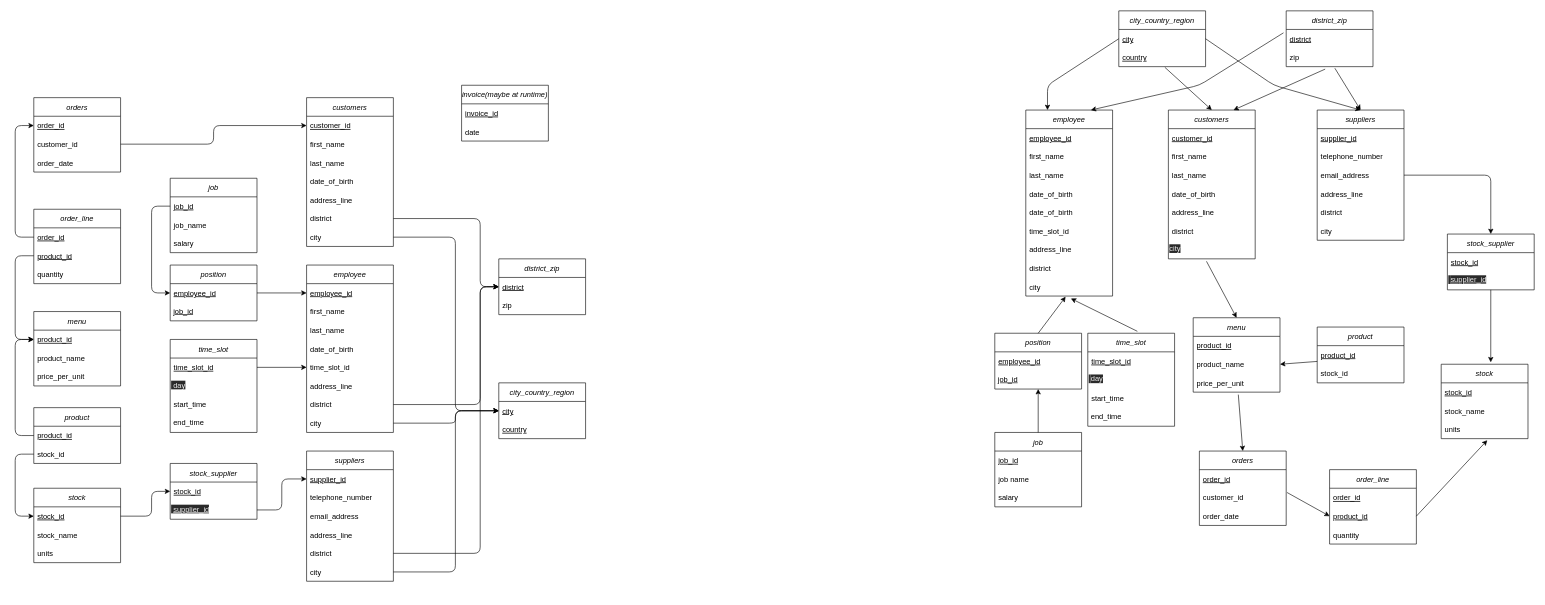
BlackTea13/Fredie-And-Friends-Coffee keeps this draw.io diagram as page "Page-1" (1 of 2) of schema.drawio. Above is the earlier version. Source tidied: cells renumbered, new cells numbered last; positions are measured from the earlier drawing's top-left corner, leaving out a move shared by most shapes. Both pictures are drawn from the tidied source at 62%, with x=0, y=0 at pixel (15, 11).
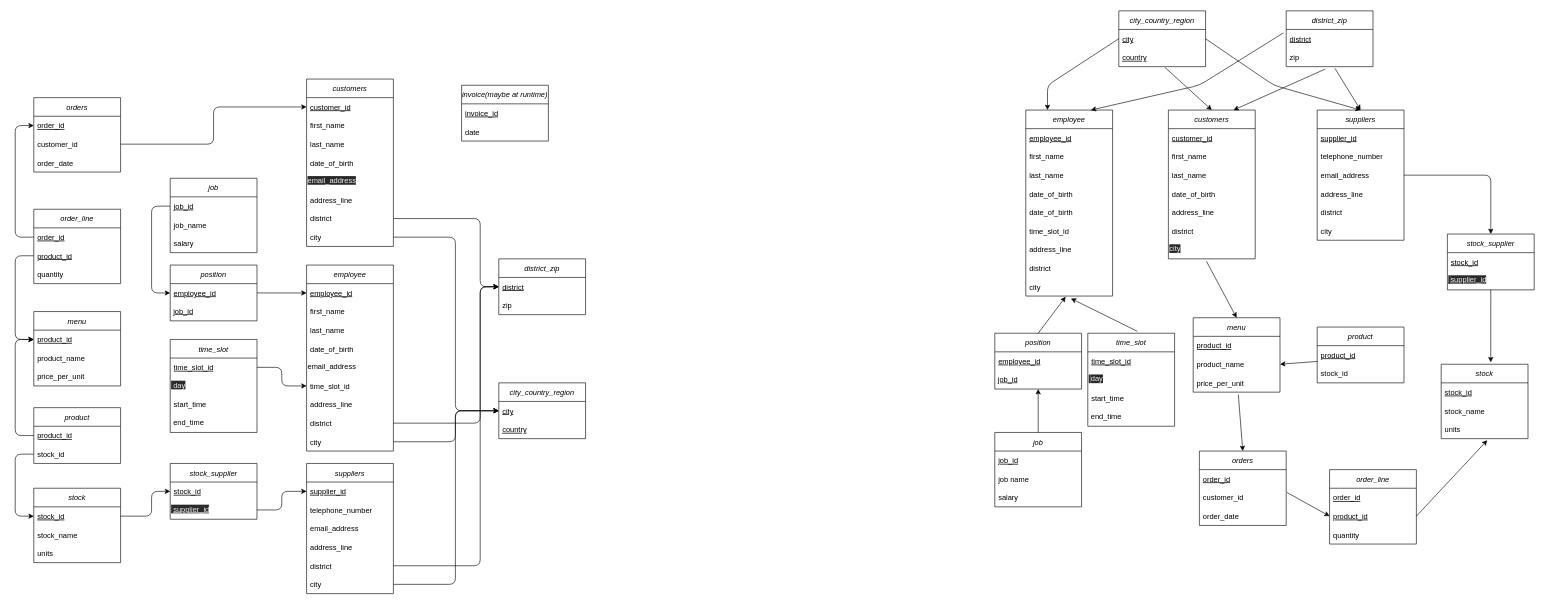
Above is the later version.

Commit message:
added email address attribute to customer and employee

The change refers to these unchanged cells:
```xml
<mxCell id="4" value="&lt;span style=&quot;color: rgb(240 , 240 , 240) ; font-family: &amp;#34;helvetica&amp;#34; ; font-size: 12px ; font-style: normal ; font-weight: 400 ; letter-spacing: normal ; text-align: left ; text-indent: 0px ; text-transform: none ; word-spacing: 0px ; background-color: rgb(42 , 42 , 42) ; display: inline ; float: none&quot;&gt;&amp;nbsp;&lt;/span&gt;&lt;span style=&quot;color: rgb(240 , 240 , 240) ; font-family: &amp;#34;helvetica&amp;#34; ; font-size: 12px ; font-style: normal ; font-weight: 400 ; letter-spacing: normal ; text-align: left ; text-indent: 0px ; text-transform: none ; word-spacing: 0px ; background-color: rgb(42 , 42 , 42) ; text-decoration: underline ; display: inline ; float: none&quot;&gt;supplier_id&lt;/span&gt;" style="text;whiteSpace=wrap;html=1;" parent="2" vertex="1">
  <mxGeometry y="60" width="140" height="30" as="geometry" />
</mxCell>
<mxCell id="6" value="customer_id" style="text;strokeColor=none;fillColor=none;align=left;verticalAlign=middle;spacingLeft=4;spacingRight=4;overflow=hidden;points=[[0,0.5],[1,0.5]];portConstraint=eastwest;fontStyle=4;" parent="5" vertex="1">
  <mxGeometry y="30" width="140" height="30" as="geometry" />
</mxCell>
<mxCell id="14" value="supplier_id" style="text;strokeColor=none;fillColor=none;align=left;verticalAlign=middle;spacingLeft=4;spacingRight=4;overflow=hidden;points=[[0,0.5],[1,0.5]];portConstraint=eastwest;fontStyle=4;" parent="13" vertex="1">
  <mxGeometry y="30" width="140" height="30" as="geometry" />
</mxCell>
<mxCell id="18" value="district" style="text;strokeColor=none;fillColor=none;align=left;verticalAlign=middle;spacingLeft=4;spacingRight=4;overflow=hidden;points=[[0,0.5],[1,0.5]];portConstraint=eastwest;" parent="13" vertex="1">
  <mxGeometry y="150" width="140" height="30" as="geometry" />
</mxCell>
<mxCell id="19" value="city" style="text;strokeColor=none;fillColor=none;align=left;verticalAlign=middle;spacingLeft=4;spacingRight=4;overflow=hidden;points=[[0,0.5],[1,0.5]];portConstraint=eastwest;" parent="13" vertex="1">
  <mxGeometry y="180" width="140" height="30" as="geometry" />
</mxCell>
<mxCell id="21" value="district" style="text;strokeColor=none;fillColor=none;align=left;verticalAlign=middle;spacingLeft=4;spacingRight=4;overflow=hidden;points=[[0,0.5],[1,0.5]];portConstraint=eastwest;fontStyle=4;" parent="20" vertex="1">
  <mxGeometry y="30" width="140" height="30" as="geometry" />
</mxCell>
<mxCell id="25" value="customer_id" style="text;strokeColor=none;fillColor=none;align=left;verticalAlign=middle;spacingLeft=4;spacingRight=4;overflow=hidden;points=[[0,0.5],[1,0.5]];portConstraint=eastwest;" parent="23" vertex="1">
  <mxGeometry y="60" width="140" height="30" as="geometry" />
</mxCell>
<mxCell id="32" value="time_slot_id" style="text;strokeColor=none;fillColor=none;align=left;verticalAlign=middle;spacingLeft=4;spacingRight=4;overflow=hidden;points=[[0,0.5],[1,0.5]];portConstraint=eastwest;fontStyle=4;" parent="31" vertex="1">
  <mxGeometry y="30" width="140" height="30" as="geometry" />
</mxCell>
<mxCell id="37" value="city" style="text;strokeColor=none;fillColor=none;align=left;verticalAlign=middle;spacingLeft=4;spacingRight=4;overflow=hidden;points=[[0,0.5],[1,0.5]];portConstraint=eastwest;fontStyle=4;" parent="36" vertex="1">
  <mxGeometry y="30" width="140" height="30" as="geometry" />
</mxCell>
```

What changed in the source:
```diff
@@
     <mxCell id="5" value="customers" style="swimlane;fontStyle=2;horizontal=1;startSize=30;" parent="1" vertex="1">
-      <mxGeometry x="470" y="140" width="140" height="240" as="geometry" />
+      <mxGeometry x="470" y="110" width="140" height="270" as="geometry" />
     </mxCell>
@@
+    <mxCell id="166" value="&lt;span style=&quot;color: rgb(240 , 240 , 240) ; font-family: &amp;#34;helvetica&amp;#34; ; font-size: 12px ; font-style: normal ; font-weight: 400 ; letter-spacing: normal ; text-align: left ; text-indent: 0px ; text-transform: none ; word-spacing: 0px ; background-color: rgb(42 , 42 , 42) ; display: inline ; float: none&quot;&gt;email_address&lt;/span&gt;" style="text;whiteSpace=wrap;html=1;" parent="5" vertex="1">
+      <mxGeometry y="150" width="140" height="30" as="geometry" />
+    </mxCell>
     <mxCell id="10" value="address_line" style="text;strokeColor=none;fillColor=none;align=left;verticalAlign=middle;spacingLeft=4;spacingRight=4;overflow=hidden;" parent="5" vertex="1">
-      <mxGeometry y="150" width="140" height="30" as="geometry" />
+      <mxGeometry y="180" width="140" height="30" as="geometry" />
     </mxCell>
     <mxCell id="11" value="district" style="text;strokeColor=none;fillColor=none;align=left;verticalAlign=middle;spacingLeft=4;spacingRight=4;overflow=hidden;" parent="5" vertex="1">
-      <mxGeometry y="180" width="140" height="30" as="geometry" />
+      <mxGeometry y="210" width="140" height="30" as="geometry" />
     </mxCell>
     <mxCell id="12" value="city" style="text;strokeColor=none;fillColor=none;align=left;verticalAlign=middle;spacingLeft=4;spacingRight=4;overflow=hidden;points=[[0,0.5],[1,0.5]];portConstraint=eastwest;" parent="5" vertex="1">
-      <mxGeometry y="210" width="140" height="30" as="geometry" />
+      <mxGeometry y="240" width="140" height="30" as="geometry" />
     </mxCell>
     <mxCell id="13" value="suppliers" style="swimlane;fontStyle=2;horizontal=1;startSize=30;" parent="1" vertex="1">
-      <mxGeometry x="470" y="710" width="140" height="210" as="geometry" />
+      <mxGeometry x="470" y="730" width="140" height="210" as="geometry" />
     </mxCell>
@@
     <mxCell id="46" value="employee" style="swimlane;fontStyle=2;horizontal=1;startSize=30;" parent="1" vertex="1">
-      <mxGeometry x="470" y="410" width="140" height="270" as="geometry" />
+      <mxGeometry x="470" y="410" width="140" height="300" as="geometry" />
     </mxCell>
@@
+    <mxCell id="167" value="&lt;font face=&quot;helvetica&quot;&gt;email_address&lt;br&gt;&lt;br&gt;&lt;/font&gt;" style="text;whiteSpace=wrap;html=1;" parent="46" vertex="1">
+      <mxGeometry y="150" width="140" height="30" as="geometry" />
+    </mxCell>
     <mxCell id="51" value="time_slot_id" style="text;strokeColor=none;fillColor=none;align=left;verticalAlign=middle;spacingLeft=4;spacingRight=4;overflow=hidden;points=[[0,0.5],[1,0.5]];portConstraint=eastwest;" parent="46" vertex="1">
-      <mxGeometry y="150" width="140" height="30" as="geometry" />
+      <mxGeometry y="180" width="140" height="30" as="geometry" />
     </mxCell>
     <mxCell id="52" value="address_line" style="text;strokeColor=none;fillColor=none;align=left;verticalAlign=middle;spacingLeft=4;spacingRight=4;overflow=hidden;" parent="46" vertex="1">
-      <mxGeometry y="180" width="140" height="30" as="geometry" />
+      <mxGeometry y="210" width="140" height="30" as="geometry" />
     </mxCell>
     <mxCell id="53" value="district" style="text;strokeColor=none;fillColor=none;align=left;verticalAlign=middle;spacingLeft=4;spacingRight=4;overflow=hidden;points=[[0,0.5],[1,0.5]];portConstraint=eastwest;" parent="46" vertex="1">
-      <mxGeometry y="210" width="140" height="30" as="geometry" />
+      <mxGeometry y="240" width="140" height="30" as="geometry" />
     </mxCell>
     <mxCell id="54" value="city" style="text;strokeColor=none;fillColor=none;align=left;verticalAlign=middle;spacingLeft=4;spacingRight=4;overflow=hidden;points=[[0,0.5],[1,0.5]];portConstraint=eastwest;" parent="46" vertex="1">
-      <mxGeometry y="240" width="140" height="30" as="geometry" />
+      <mxGeometry y="270" width="140" height="30" as="geometry" />
     </mxCell>
@@
     <mxCell id="136" style="endArrow=classic;html=1;exitX=1;exitY=0.5;exitDx=0;exitDy=0;entryX=0;entryY=0.5;entryDx=0;entryDy=0;" parent="1" edge="1" source="32" target="51">
-      <mxGeometry relative="1" as="geometry" />
+      <mxGeometry relative="1" as="geometry">
+        <Array as="points">
+          <mxPoint x="430" y="575" />
+          <mxPoint x="430" y="605" />
+        </Array>
+      </mxGeometry>
     </mxCell>
@@
     <mxCell id="138" style="endArrow=none;html=1;exitX=0;exitY=0.5;exitDx=0;exitDy=0;entryX=1;entryY=0.5;entryDx=0;entryDy=0;startArrow=classic;startFill=1;endFill=0;" parent="1" edge="1" source="21" target="53">
       <mxGeometry relative="1" as="geometry">
         <Array as="points">
           <mxPoint x="750" y="445" />
-          <mxPoint x="750" y="635" />
+          <mxPoint x="750" y="665" />
         </Array>
       </mxGeometry>
     </mxCell>
     <mxCell id="139" style="endArrow=none;html=1;exitX=0;exitY=0.5;exitDx=0;exitDy=0;entryX=1;entryY=0.5;entryDx=0;entryDy=0;endFill=0;startArrow=classic;startFill=1;" parent="1" edge="1" source="21" target="18">
       <mxGeometry relative="1" as="geometry">
         <Array as="points">
           <mxPoint x="750" y="445" />
-          <mxPoint x="750" y="875" />
+          <mxPoint x="750" y="895" />
         </Array>
       </mxGeometry>
     </mxCell>
     <mxCell id="140" style="endArrow=none;html=1;exitX=0;exitY=0.5;exitDx=0;exitDy=0;entryX=1;entryY=0.5;entryDx=0;entryDy=0;startArrow=classic;startFill=1;endFill=0;" parent="1" edge="1" source="37" target="54">
       <mxGeometry relative="1" as="geometry">
         <Array as="points">
           <mxPoint x="710" y="645" />
-          <mxPoint x="710" y="665" />
+          <mxPoint x="710" y="695" />
         </Array>
       </mxGeometry>
     </mxCell>
@@
     <mxCell id="142" style="endArrow=none;html=1;exitX=0;exitY=0.5;exitDx=0;exitDy=0;entryX=1;entryY=0.5;entryDx=0;entryDy=0;startArrow=classic;startFill=1;endFill=0;" parent="1" edge="1" source="37" target="19">
       <mxGeometry relative="1" as="geometry">
         <Array as="points">
           <mxPoint x="710" y="645" />
-          <mxPoint x="710" y="905" />
+          <mxPoint x="710" y="925" />
         </Array>
       </mxGeometry>
     </mxCell>
@@
     <mxCell id="156" style="endArrow=classic;html=1;exitX=1;exitY=0.5;exitDx=0;exitDy=0;entryX=0;entryY=0.5;entryDx=0;entryDy=0;" parent="1" edge="1" source="25" target="6">
       <mxGeometry relative="1" as="geometry">
         <Array as="points">
           <mxPoint x="320" y="215" />
-          <mxPoint x="320" y="185" />
+          <mxPoint x="320" y="155" />
         </Array>
       </mxGeometry>
     </mxCell>
@@
     <mxCell id="165" style="endArrow=classic;html=1;exitX=1;exitY=0.5;exitDx=0;exitDy=0;entryX=0;entryY=0.5;entryDx=0;entryDy=0;" parent="1" edge="1" source="4" target="14">
       <mxGeometry relative="1" as="geometry">
         <Array as="points">
           <mxPoint x="430" y="805" />
-          <mxPoint x="430" y="755" />
+          <mxPoint x="430" y="775" />
         </Array>
       </mxGeometry>
     </mxCell>
```
